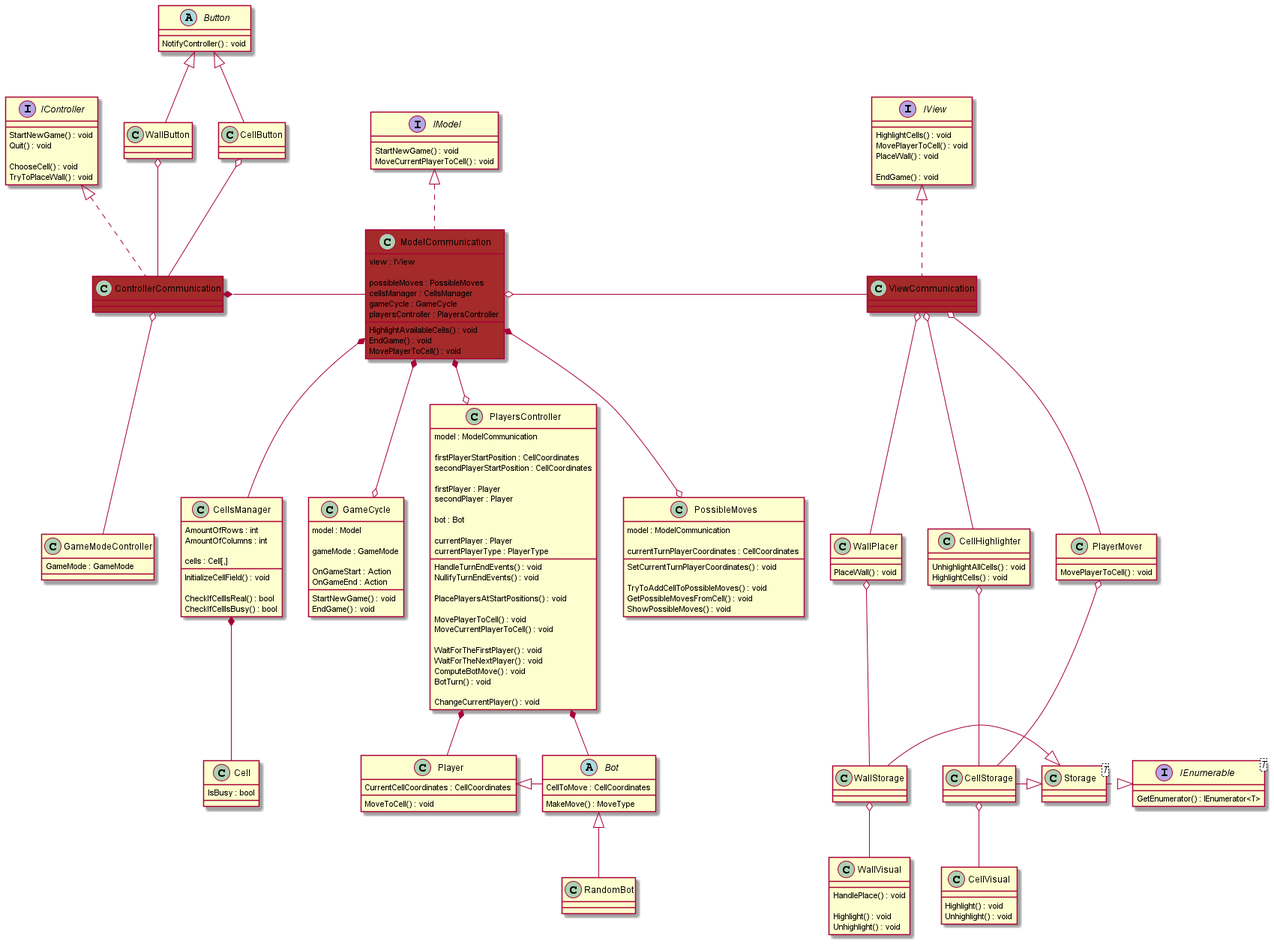
snyk04/quoridor keeps this PlantUML diagram as Quoridor/Assets/Diagrams/diagram.png. Above is the earlier version.
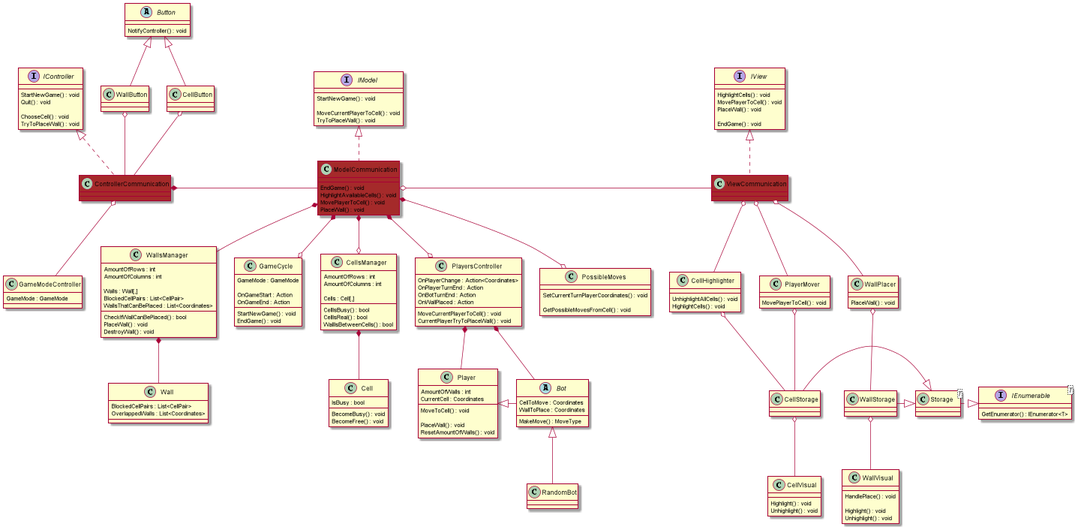
After the commit.

Diff of the diagram source:
```diff
@@ -4,43 +4,33 @@
 interface IModel
 {
     StartNewGame() : void
+
     MoveCurrentPlayerToCell() : void
+    TryToPlaceWall() : void
 }
 class ModelCommunication #brown
 {
-    view : IView
-
-    possibleMoves : PossibleMoves
-    cellsManager : CellsManager
-    gameCycle : GameCycle
-    playersController : PlayersController
-
+    EndGame() : void
     HighlightAvailableCells() : void
-    EndGame() : void
     MovePlayerToCell() : void
+    PlaceWall() : void
 }
 
 class Cell
 {
     IsBusy : bool
+
+    BecomeBusy() : void
+    BecomeFree() : void
 }
-class CellsManager
+class Wall
 {
-    AmountOfRows : int
-    AmountOfColumns : int
-
-    cells : Cell[,]
-
-    InitializeCellField() : void
-
-    CheckIfCellIsReal() : bool
-    CheckIfCellIsBusy() : bool
+    BlockedCellPairs : List<CellPair>
+    OverlappedWalls : List<Coordinates>
 }
 class GameCycle
 {
-    model : Model
-
-    gameMode : GameMode
+    GameMode : GameMode
 
     OnGameStart : Action
     OnGameEnd : Action
@@ -48,59 +38,61 @@
     StartNewGame() : void
     EndGame() : void
 }
+class CellsManager
+{
+    AmountOfRows : int
+    AmountOfColumns : int
+
+    Cells : Cell[,]
+
+    CellIsBusy() : bool
+    CellIsReal() : bool
+    WallIsBetweenCells() : bool
+}
 class PlayersController
 {
-    model : ModelCommunication
+    OnPlayerChange : Action<Coordinates>
+    OnPlayerTurnEnd : Action
+    OnBotTurnEnd : Action
+    OnWallPlaced : Action
 
-    firstPlayerStartPosition : CellCoordinates
-    secondPlayerStartPosition : CellCoordinates
-
-    firstPlayer : Player
-    secondPlayer : Player
-
-    bot : Bot
-
-    currentPlayer : Player
-    currentPlayerType : PlayerType
-
-    HandleTurnEndEvents() : void
-    NullifyTurnEndEvents() : void
-
-    PlacePlayersAtStartPositions() : void
-
-    MovePlayerToCell() : void
     MoveCurrentPlayerToCell() : void
-
-    WaitForTheFirstPlayer() : void
-    WaitForTheNextPlayer() : void
-
-    ComputeBotMove() : void
-    BotTurn() : void
-
-    ChangeCurrentPlayer() : void
+    CurrentPlayerTryToPlaceWall() : void
 }
 class PossibleMoves
 {
-    model : ModelCommunication
-
-    currentTurnPlayerCoordinates : CellCoordinates
-
     SetCurrentTurnPlayerCoordinates() : void
 
-    TryToAddCellToPossibleMoves() : void
     GetPossibleMovesFromCell() : void
-    ShowPossibleMoves() : void
+}
+class WallsManager
+{
+    AmountOfRows : int
+    AmountOfColumns : int
+
+    Walls : Wall[,]
+    BlockedCellPairs : List<CellPair>
+    WallsThatCanBePlaced : List<Coordinates>
+
+    CheckIfWallCanBePlaced() : bool
+    PlaceWall() : void
+    DestroyWall() : void
 }
 
 class Player
 {
-    CurrentCellCoordinates : CellCoordinates
+    AmountOfWalls : int
+    CurrentCell : Coordinates
 
     MoveToCell() : void
+
+    PlaceWall() : void
+    ResetAmountOfWalls() : void
 }
 abstract class Bot
 {
-    CellToMove : CellCoordinates
+    CellToMove : Coordinates
+    WallToPlace : Coordinates
 
     MakeMove() : MoveType
 }
@@ -110,12 +102,14 @@
 
 ModelCommunication o- ViewCommunication
 
+ModelCommunication *--o GameCycle
+ModelCommunication *--o CellsManager
+ModelCommunication *--o PlayersController
 ModelCommunication *--o PossibleMoves
-ModelCommunication *-- CellsManager
-ModelCommunication *--o GameCycle
-ModelCommunication *--o PlayersController
+ModelCommunication *-- WallsManager
 
 CellsManager *-- Cell
+WallsManager *-- Wall
 
 PlayersController *-- Player
 PlayersController *-- Bot
```
